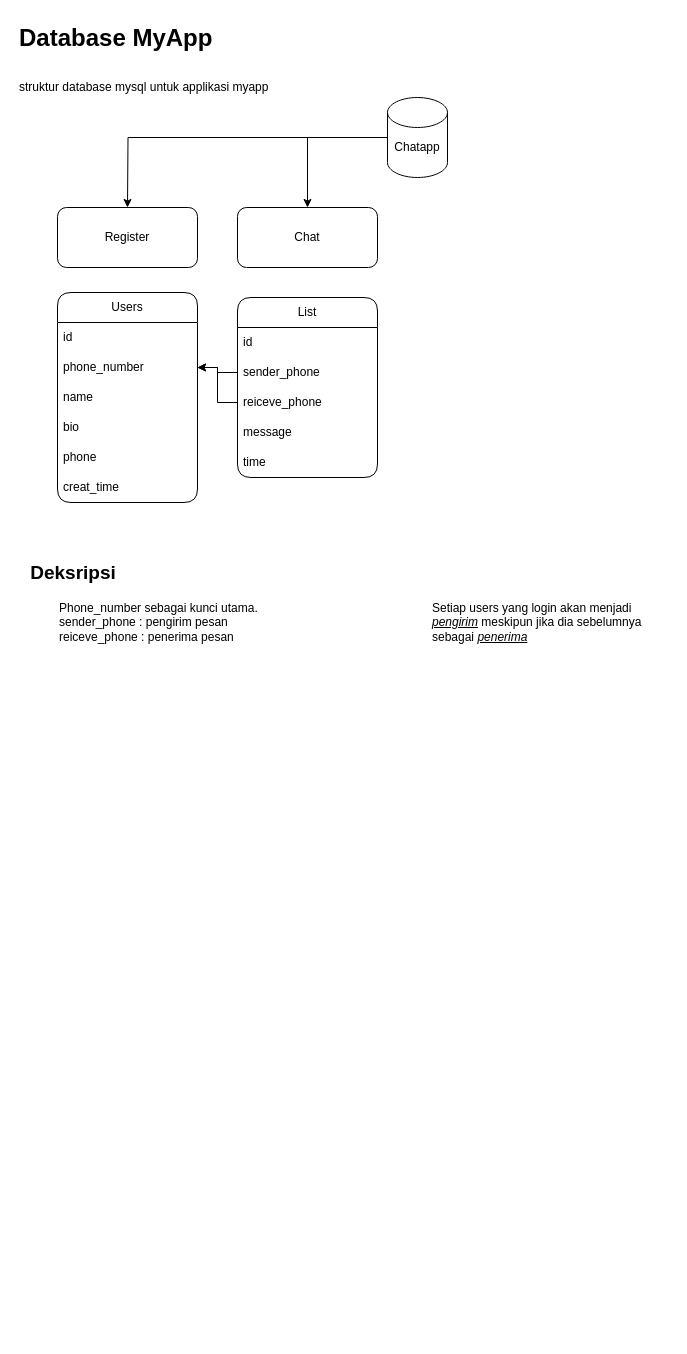
The draw.io diagram Struktur Database MyApp.drawio in NaufalAdityaAkbar/Database-ExpressJS_MyApp, before the edit. Source tidied: cells renumbered, new cells numbered last; positions are measured from the earlier drawing's top-left corner, leaving out a move shared by most shapes. Both pictures are drawn from the tidied source at 100%, with x=0, y=0 at pixel (17, 17).
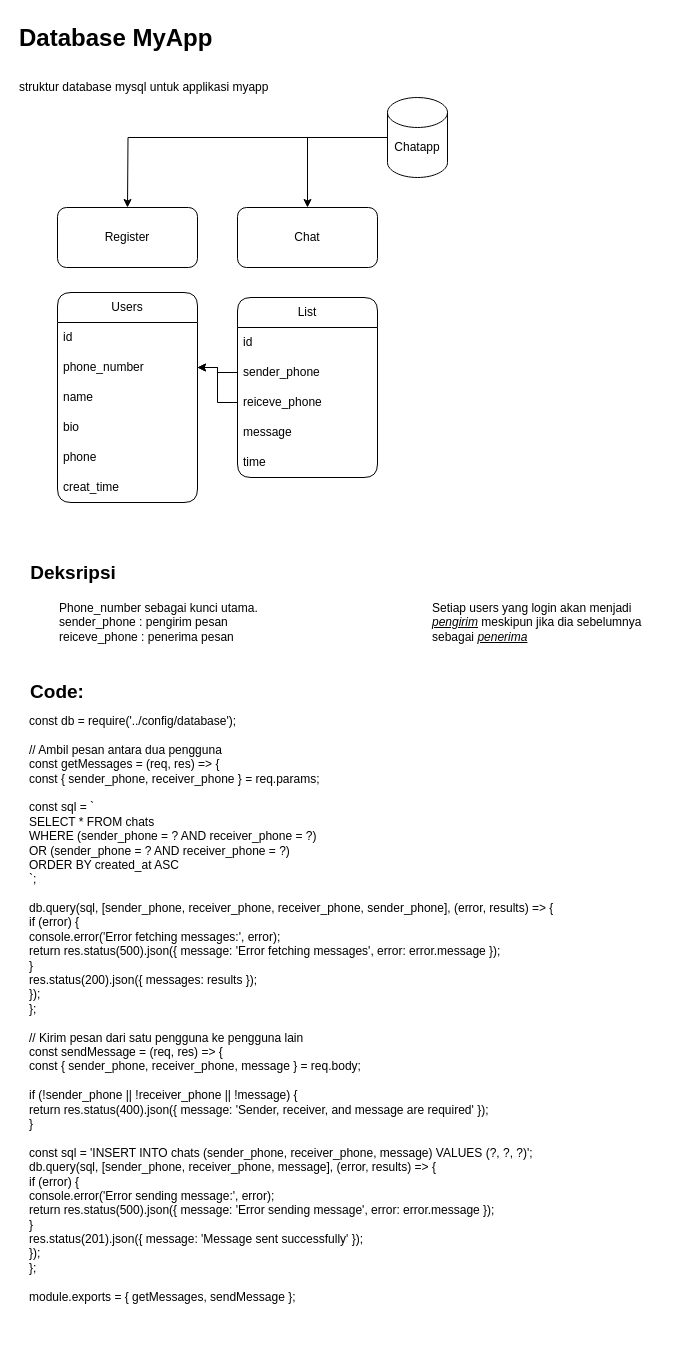
The same diagram, later.

The edit, as a diff of the source:
```diff
@@
+    <mxCell id="30" value="&lt;b&gt;&lt;font style=&quot;font-size: 19px;&quot;&gt;Code:&lt;/font&gt;&lt;/b&gt;" style="text;html=1;align=center;verticalAlign=middle;whiteSpace=wrap;rounded=0;" parent="1" vertex="1">
+      <mxGeometry x="10" y="660" width="60" height="30" as="geometry" />
+    </mxCell>
+    <mxCell id="31" value="const db = require('../config/database');&#10;&#10;// Ambil pesan antara dua pengguna&#10;const getMessages = (req, res) =&gt; {&#10;    const { sender_phone, receiver_phone } = req.params;&#10;&#10;    const sql = `&#10;        SELECT * FROM chats&#10;        WHERE (sender_phone = ? AND receiver_phone = ?) &#10;        OR (sender_phone = ? AND receiver_phone = ?)&#10;        ORDER BY created_at ASC&#10;    `;&#10;&#10;    db.query(sql, [sender_phone, receiver_phone, receiver_phone, sender_phone], (error, results) =&gt; {&#10;        if (error) {&#10;            console.error('Error fetching messages:', error);&#10;            return res.status(500).json({ message: 'Error fetching messages', error: error.message });&#10;        }&#10;        res.status(200).json({ messages: results });&#10;    });&#10;};&#10;&#10;// Kirim pesan dari satu pengguna ke pengguna lain&#10;const sendMessage = (req, res) =&gt; {&#10;    const { sender_phone, receiver_phone, message } = req.body;&#10;&#10;    if (!sender_phone || !receiver_phone || !message) {&#10;        return res.status(400).json({ message: 'Sender, receiver, and message are required' });&#10;    }&#10;&#10;    const sql = 'INSERT INTO chats (sender_phone, receiver_phone, message) VALUES (?, ?, ?)';&#10;    db.query(sql, [sender_phone, receiver_phone, message], (error, results) =&gt; {&#10;        if (error) {&#10;            console.error('Error sending message:', error);&#10;            return res.status(500).json({ message: 'Error sending message', error: error.message });&#10;        }&#10;        res.status(201).json({ message: 'Message sent successfully' });&#10;    });&#10;};&#10;&#10;module.exports = { getMessages, sendMessage };" style="text;whiteSpace=wrap;html=1;" parent="1" vertex="1">
+      <mxGeometry x="10" y="690" width="560" height="630" as="geometry" />
+    </mxCell>
```
